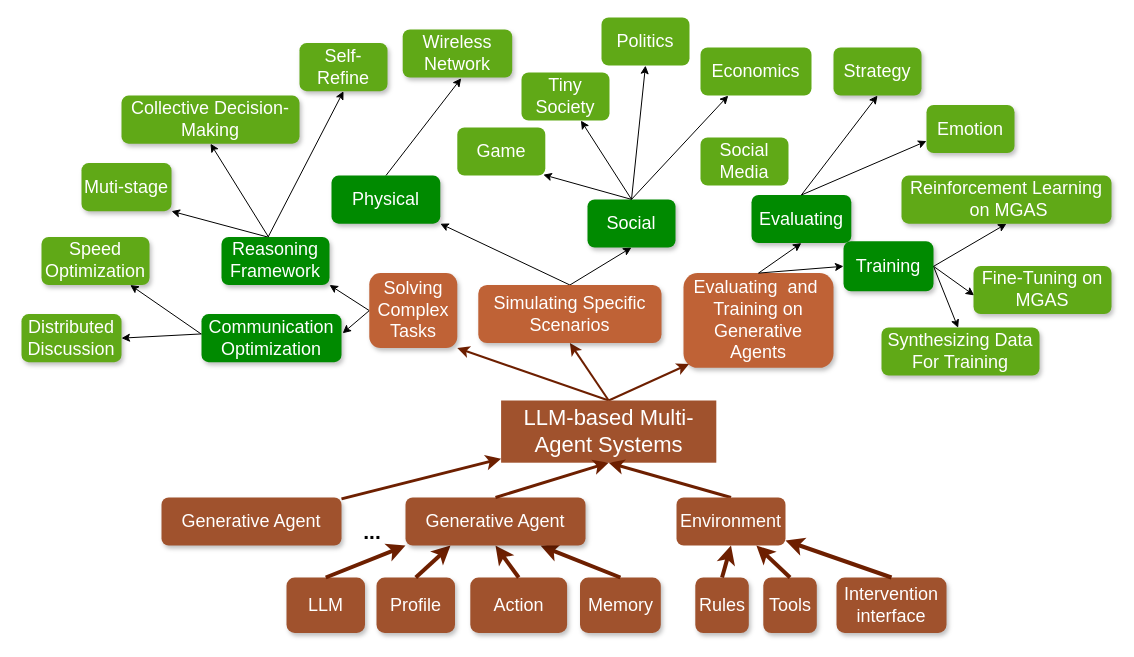
The draw.io diagram page "tree" (1 of 2) of mgas.drawio in bianhua-12/Multi-generative_Agent_System_survey, before the edit. Source tidied: cells renumbered, new cells numbered last; positions are measured from the earlier drawing's top-left corner, leaving out a move shared by most shapes. Both pictures are drawn from the tidied source at 100%, with x=0, y=0 at pixel (21, 17).
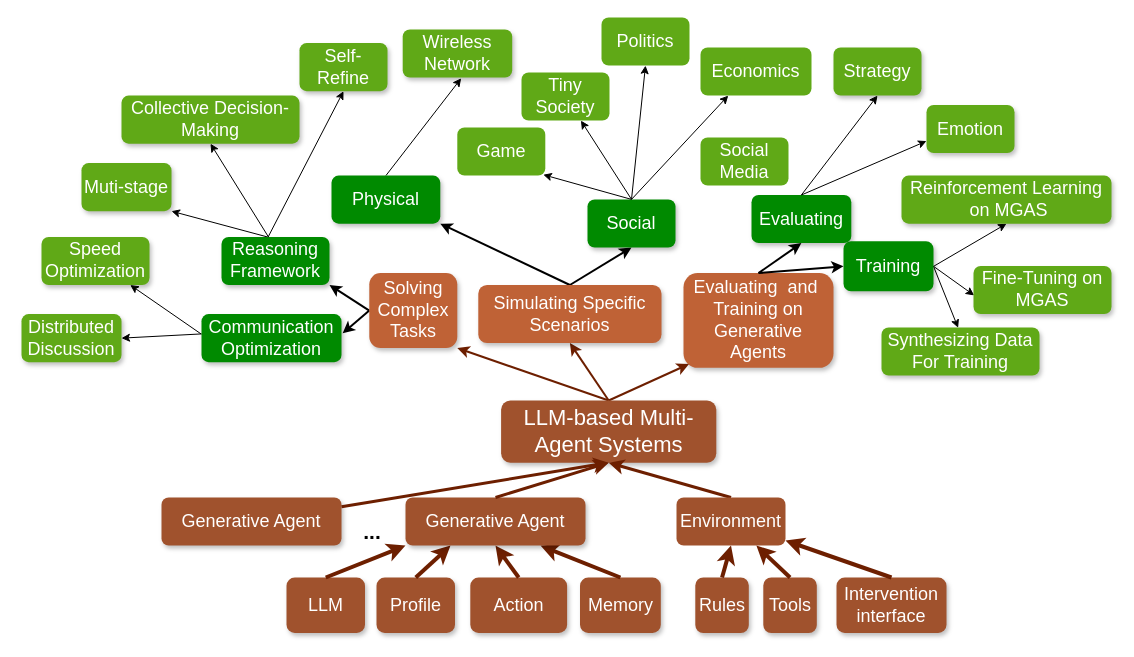
Above is the later version.

The change refers to these unchanged cells:
```xml
<mxCell id="3" value="&lt;div style=&quot;font-size: 18px;&quot;&gt;Evaluating&amp;nbsp; and&amp;nbsp; Training on Generative&lt;/div&gt;&lt;div style=&quot;font-size: 18px;&quot;&gt;Agents&lt;/div&gt;" style="rounded=1;whiteSpace=wrap;html=1;fillColor=#BF6236;strokeColor=none;fontColor=#FFFFFF;fontSize=18;shadow=1;glass=0;" parent="1" vertex="1">
  <mxGeometry x="662" y="255.6" width="150" height="94.7" as="geometry" />
</mxCell>
<mxCell id="8" value="Solving Complex Tasks" style="rounded=1;whiteSpace=wrap;html=1;fillColor=#BF6236;strokeColor=none;fontColor=#FFFFFF;fontSize=18;glass=0;shadow=1;dashed=1;" parent="1" vertex="1">
  <mxGeometry x="347.8" y="255.6" width="88" height="75" as="geometry" />
</mxCell>
<mxCell id="11" value="&lt;div style=&quot;font-size: 18px;&quot;&gt;Simulating Specific S&lt;span style=&quot;background-color: initial; font-size: 18px;&quot;&gt;cenarios&lt;/span&gt;&lt;/div&gt;" style="rounded=1;whiteSpace=wrap;html=1;fillColor=light-dark(#BF6236,#CC7C56);strokeColor=none;fontColor=#FFFFFF;fontSize=18;glass=0;shadow=1;gradientColor=none;dashed=1;" parent="1" vertex="1">
  <mxGeometry x="456.8" y="267.5" width="183.2" height="58.1" as="geometry" />
</mxCell>
<mxCell id="14" value="Evaluating" style="rounded=1;whiteSpace=wrap;html=1;fillColor=#008a00;fontColor=#FFFFFF;strokeColor=none;fontSize=18;glass=0;shadow=1;" parent="1" vertex="1">
  <mxGeometry x="730" y="177.5" width="99.8" height="48.1" as="geometry" />
</mxCell>
<mxCell id="18" value="Social" style="rounded=1;whiteSpace=wrap;html=1;fillColor=light-dark(#008A00,#CC7C56);strokeColor=none;fontColor=#FFFFFF;fontSize=18;glass=0;shadow=1;" parent="1" vertex="1">
  <mxGeometry x="566" y="181.9" width="88" height="48.1" as="geometry" />
</mxCell>
<mxCell id="20" value="Physical" style="rounded=1;whiteSpace=wrap;html=1;fillColor=light-dark(#008A00,#CC7C56);strokeColor=none;fontColor=#FFFFFF;fontSize=18;glass=0;shadow=1;" parent="1" vertex="1">
  <mxGeometry x="310" y="158.1" width="108.8" height="48.1" as="geometry" />
</mxCell>
<mxCell id="31" value="Reasoning Framework" style="rounded=1;whiteSpace=wrap;html=1;fillColor=#008a00;strokeColor=none;fontColor=#FFFFFF;fontSize=18;glass=0;shadow=1;" parent="1" vertex="1">
  <mxGeometry x="200" y="219.4" width="108" height="48.1" as="geometry" />
</mxCell>
<mxCell id="34" value="Communication Optimization" style="rounded=1;whiteSpace=wrap;html=1;fillColor=#008a00;strokeColor=none;fontColor=#FFFFFF;fontSize=18;glass=0;shadow=1;" parent="1" vertex="1">
  <mxGeometry x="180" y="296.6" width="140" height="48.1" as="geometry" />
</mxCell>
<mxCell id="41" value="Training" style="rounded=1;whiteSpace=wrap;html=1;fillColor=#008a00;fontColor=#FFFFFF;strokeColor=none;fontSize=18;glass=0;shadow=1;" parent="1" vertex="1">
  <mxGeometry x="822" y="223.8" width="90" height="50" as="geometry" />
</mxCell>
<mxCell id="71" value="Generative Agent" style="rounded=1;whiteSpace=wrap;html=1;fillColor=#a0522d;fontColor=#ffffff;strokeColor=none;fontSize=18;glass=0;shadow=1;" parent="1" vertex="1">
  <mxGeometry x="140" y="480" width="180" height="48.1" as="geometry" />
</mxCell>
```

Change to the diagram source:
```diff
@@
-    <mxCell id="6" style="rounded=0;jettySize=auto;html=1;exitX=0;exitY=0.5;exitDx=0;exitDy=0;entryX=1.008;entryY=0.399;entryDx=0;entryDy=0;fontSize=18;entryPerimeter=0;fontColor=#FFFFFF;" parent="1" edge="1" source="8" target="34">
+    <mxCell id="6" style="rounded=0;jettySize=auto;html=1;exitX=0;exitY=0.5;exitDx=0;exitDy=0;entryX=1.008;entryY=0.399;entryDx=0;entryDy=0;fontSize=18;entryPerimeter=0;fontColor=#FFFFFF;strokeWidth=2;" parent="1" edge="1" source="8" target="34">
       <mxGeometry relative="1" as="geometry" />
     </mxCell>
-    <mxCell id="7" style="rounded=0;jettySize=auto;html=1;exitX=0;exitY=0.5;exitDx=0;exitDy=0;entryX=1;entryY=1;entryDx=0;entryDy=0;fontSize=18;fontColor=#FFFFFF;" parent="1" edge="1" source="8" target="31">
+    <mxCell id="7" style="rounded=0;jettySize=auto;html=1;exitX=0;exitY=0.5;exitDx=0;exitDy=0;entryX=1;entryY=1;entryDx=0;entryDy=0;fontSize=18;fontColor=#FFFFFF;strokeWidth=2;" parent="1" edge="1" source="8" target="31">
       <mxGeometry relative="1" as="geometry" />
     </mxCell>
@@
-    <mxCell id="9" style="rounded=0;jettySize=auto;html=1;exitX=0.5;exitY=0;exitDx=0;exitDy=0;entryX=0.5;entryY=1;entryDx=0;entryDy=0;fontSize=18;fontColor=#FFFFFF;" parent="1" edge="1" source="11" target="18">
+    <mxCell id="9" style="rounded=0;jettySize=auto;html=1;exitX=0.5;exitY=0;exitDx=0;exitDy=0;entryX=0.5;entryY=1;entryDx=0;entryDy=0;fontSize=18;fontColor=#FFFFFF;strokeWidth=2;" parent="1" edge="1" source="11" target="18">
       <mxGeometry relative="1" as="geometry" />
     </mxCell>
-    <mxCell id="10" style="rounded=0;jettySize=auto;html=1;exitX=0.5;exitY=0;exitDx=0;exitDy=0;entryX=1;entryY=1;entryDx=0;entryDy=0;fontSize=18;fontColor=#FFFFFF;" parent="1" edge="1" source="11" target="20">
+    <mxCell id="10" style="rounded=0;jettySize=auto;html=1;exitX=0.5;exitY=0;exitDx=0;exitDy=0;entryX=1;entryY=1;entryDx=0;entryDy=0;fontSize=18;fontColor=#FFFFFF;strokeWidth=2;" parent="1" edge="1" source="11" target="20">
       <mxGeometry relative="1" as="geometry" />
     </mxCell>
@@
-    <mxCell id="12" style="rounded=0;jettySize=auto;html=1;exitX=0.5;exitY=0;exitDx=0;exitDy=0;entryX=0.5;entryY=1;entryDx=0;entryDy=0;fontSize=18;fontColor=#FFFFFF;" parent="1" edge="1" source="3" target="14">
+    <mxCell id="12" style="rounded=0;jettySize=auto;html=1;exitX=0.5;exitY=0;exitDx=0;exitDy=0;entryX=0.5;entryY=1;entryDx=0;entryDy=0;fontSize=18;fontColor=#FFFFFF;strokeWidth=2;" parent="1" edge="1" source="3" target="14">
       <mxGeometry relative="1" as="geometry" />
     </mxCell>
@@
-    <mxCell id="42" style="rounded=0;jettySize=auto;html=1;exitX=0.5;exitY=0;exitDx=0;exitDy=0;fontSize=18;entryX=0;entryY=0.5;entryDx=0;entryDy=0;fontColor=#FFFFFF;" parent="1" edge="1" source="3" target="41">
+    <mxCell id="42" style="rounded=0;jettySize=auto;html=1;exitX=0.5;exitY=0;exitDx=0;exitDy=0;fontSize=18;entryX=0;entryY=0.5;entryDx=0;entryDy=0;fontColor=#FFFFFF;strokeWidth=2;" parent="1" edge="1" source="3" target="41">
       <mxGeometry relative="1" as="geometry" />
     </mxCell>
@@
-    <mxCell id="54" value="&lt;font style=&quot;font-size: 22px;&quot;&gt;LLM-based Multi-Agent Systems&lt;/font&gt;" style="rounded=0;whiteSpace=wrap;html=1;fillColor=#a0522d;fontColor=#ffffff;strokeColor=none;fontSize=22;" parent="1" vertex="1">
+    <mxCell id="54" value="&lt;font style=&quot;font-size: 22px;&quot;&gt;LLM-based Multi-Agent Systems&lt;/font&gt;" style="rounded=1;whiteSpace=wrap;html=1;fillColor=#a0522d;fontColor=#ffffff;strokeColor=none;fontSize=22;glass=0;shadow=1;" parent="1" vertex="1">
       <mxGeometry x="479.6" y="383" width="215.2" height="62.2" as="geometry" />
     </mxCell>
@@
-    <mxCell id="73" style="endArrow=classic;html=1;rounded=0;strokeWidth=3;fillColor=#a0522d;strokeColor=#6D1F00;fontSize=18;" parent="1" edge="1" source="71" target="54">
+    <mxCell id="73" style="endArrow=classic;html=1;rounded=0;strokeWidth=3;fillColor=#a0522d;strokeColor=#6D1F00;fontSize=18;entryX=0.5;entryY=1;entryDx=0;entryDy=0;" parent="1" edge="1" source="71" target="54">
       <mxGeometry relative="1" as="geometry" />
     </mxCell>
```
